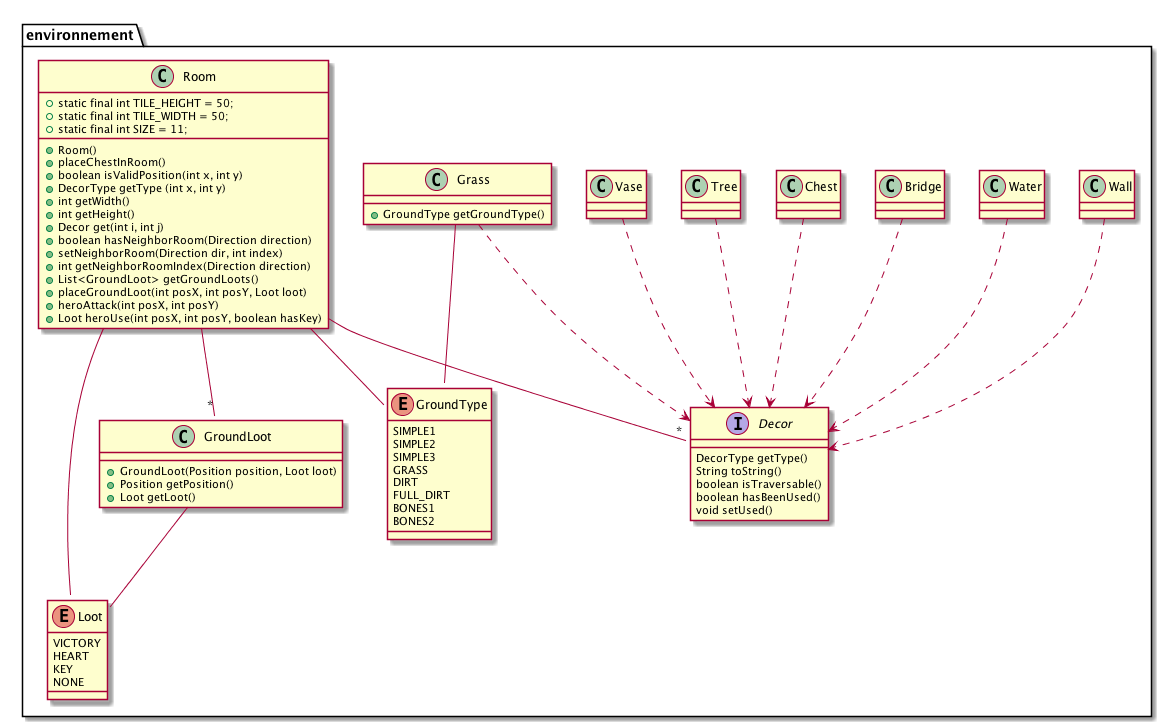
Above: diagrammes/package_environnement.png in simonh88/ACL2017_LaraClette (PlantUML), before the change. Its diagram source:
```plantuml
@startuml

package environnement {

    interface Decor {
        DecorType getType()
        String toString()
        boolean isTraversable()
        boolean hasBeenUsed()
        void setUsed()
    }

    class Bridge
    Bridge ..> Decor

    class Chest
    Chest ..> Decor

    class Grass {
        + GroundType getGroundType()
    }
    Grass ..> Decor

    class Tree
    Tree ..> Decor

    class Vase
    Vase ..> Decor

    class Wall
    Wall ..> Decor

    class Water
    Water ..> Decor



    class GroundLoot {
        + GroundLoot(Position position, Loot loot)
        + Position getPosition()
        + Loot getLoot()
    }


    enum Loot {
        VICTORY
        HEART
        KEY
        NONE
    }

    GroundLoot -- Loot

    enum GroundType {
        SIMPLE1
        SIMPLE2
        SIMPLE3
        GRASS
        DIRT
        FULL_DIRT
        BONES1
        BONES2
    }

    Grass -- GroundType
    Room -- GroundType
    Room -- Loot
    Room --"*" GroundLoot
    Room --"*" Decor

    class Room {
        + static final int TILE_HEIGHT = 50;
        + static final int TILE_WIDTH = 50;
        + static final int SIZE = 11;


        + Room()
        + placeChestInRoom()
        + boolean isValidPosition(int x, int y)
        + DecorType getType (int x, int y)
        + int getWidth()
        + int getHeight()
        + Decor get(int i, int j)
        + boolean hasNeighborRoom(Direction direction)
        + setNeighborRoom(Direction dir, int index)
        + int getNeighborRoomIndex(Direction direction)
        + List<GroundLoot> getGroundLoots()
        + placeGroundLoot(int posX, int posY, Loot loot)
        + heroAttack(int posX, int posY)
        + Loot heroUse(int posX, int posY, boolean hasKey)
    }

}

@enduml
```
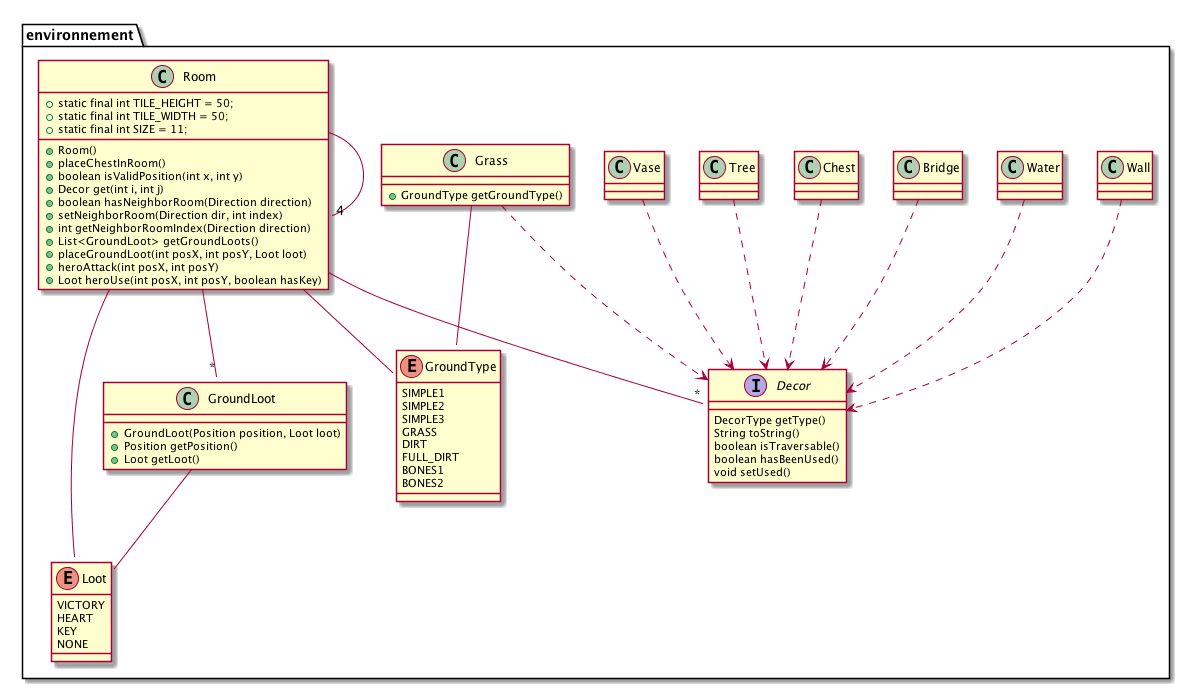
Later version of the same file.

Commit message:
Diag classes package environnement

The edit, as a diff of the source:
```diff
@@ -68,6 +68,8 @@
     Room --"*" GroundLoot
     Room --"*" Decor
 
+    Room -- "4" Room
+
     class Room {
         + static final int TILE_HEIGHT = 50;
         + static final int TILE_WIDTH = 50;
@@ -77,9 +79,6 @@
         + Room()
         + placeChestInRoom()
         + boolean isValidPosition(int x, int y)
-        + DecorType getType (int x, int y)
-        + int getWidth()
-        + int getHeight()
         + Decor get(int i, int j)
         + boolean hasNeighborRoom(Direction direction)
         + setNeighborRoom(Direction dir, int index)
```
